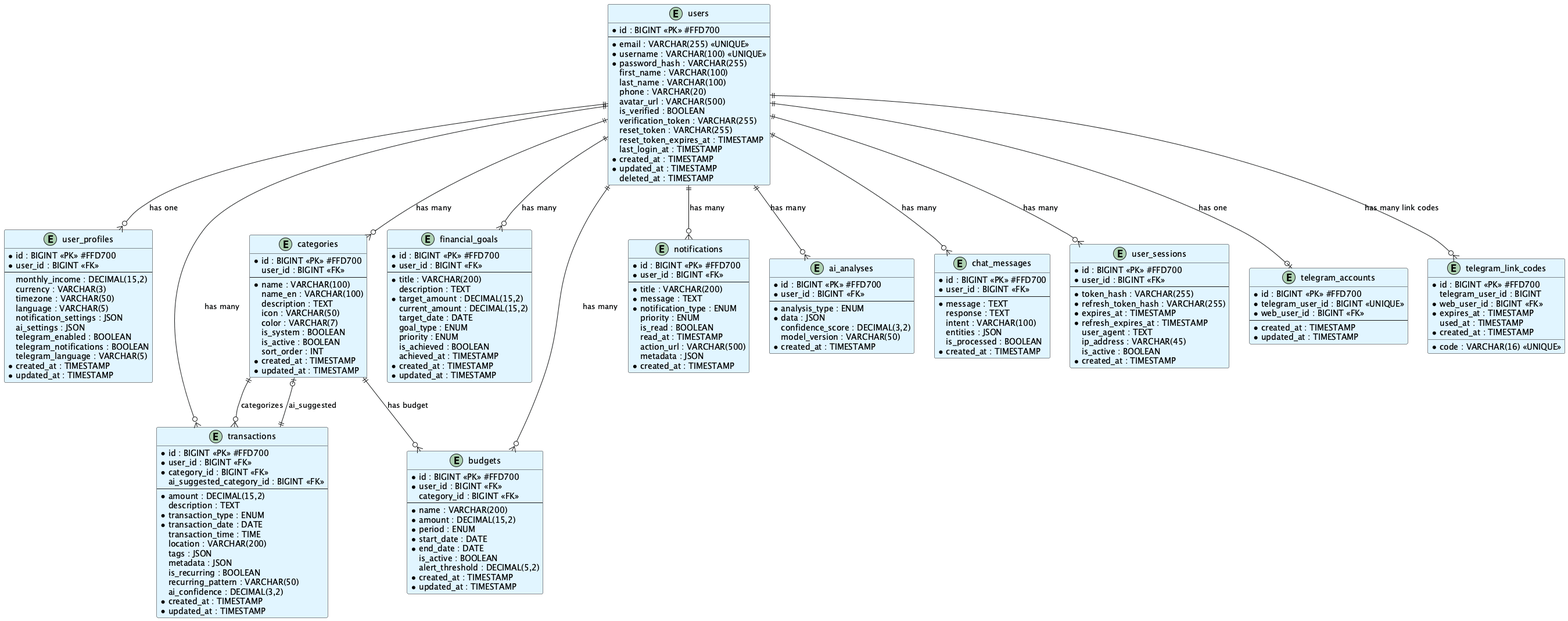
Earlier version of the PlantUML export uml-diagrams/ERD_TabiMoney.png (quanbin27/TabiMoney).
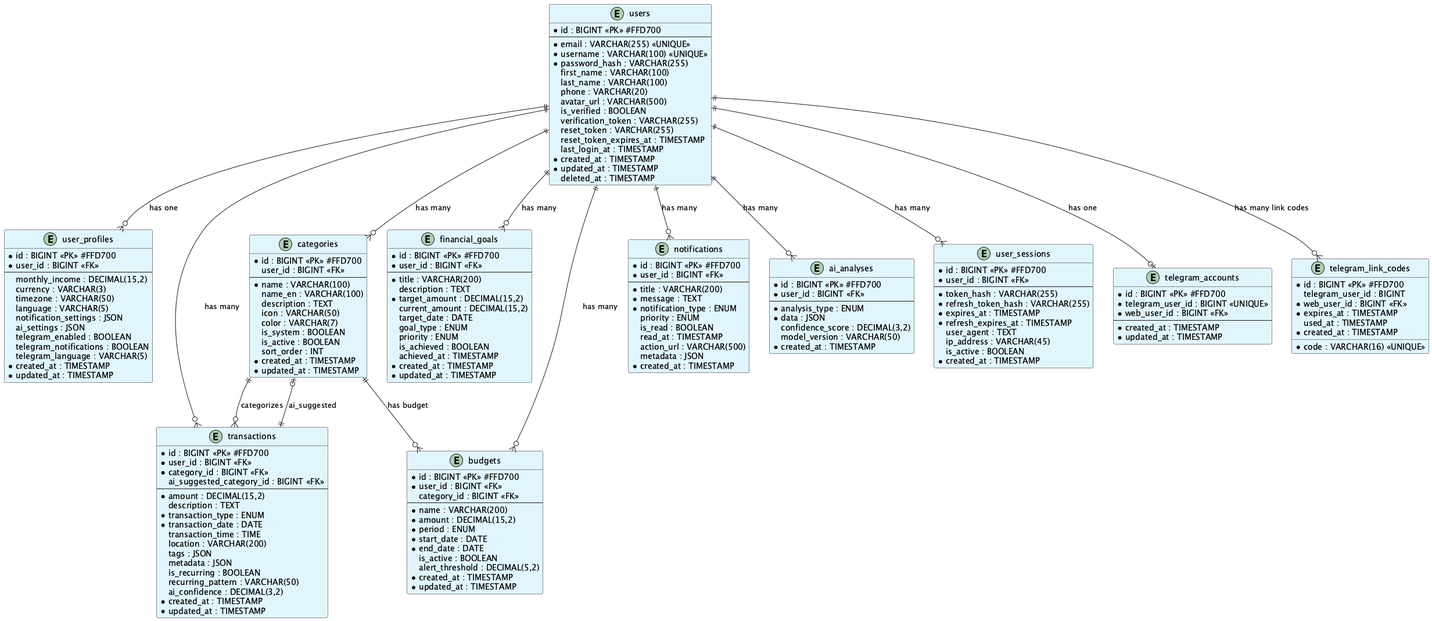
After the commit.

The edit, as a diff of the source:
```diff
@@ -135,18 +135,6 @@
     * created_at : TIMESTAMP
 }
 
-entity "chat_messages" as chat_messages TABLE_COLOR {
-    * id : BIGINT <<PK>> PK_COLOR
-    * user_id : BIGINT <<FK>>
-    --
-    * message : TEXT
-    response : TEXT
-    intent : VARCHAR(100)
-    entities : JSON
-    is_processed : BOOLEAN
-    * created_at : TIMESTAMP
-}
-
 entity "user_sessions" as sessions TABLE_COLOR {
     * id : BIGINT <<PK>> PK_COLOR
     * user_id : BIGINT <<FK>>
@@ -188,7 +176,6 @@
 users ||--o{ budgets : "has many"
 users ||--o{ notifications : "has many"
 users ||--o{ ai_analyses : "has many"
-users ||--o{ chat_messages : "has many"
 users ||--o| telegram : "has one"
 users ||--o{ telegram_codes : "has many link codes"
 
```
